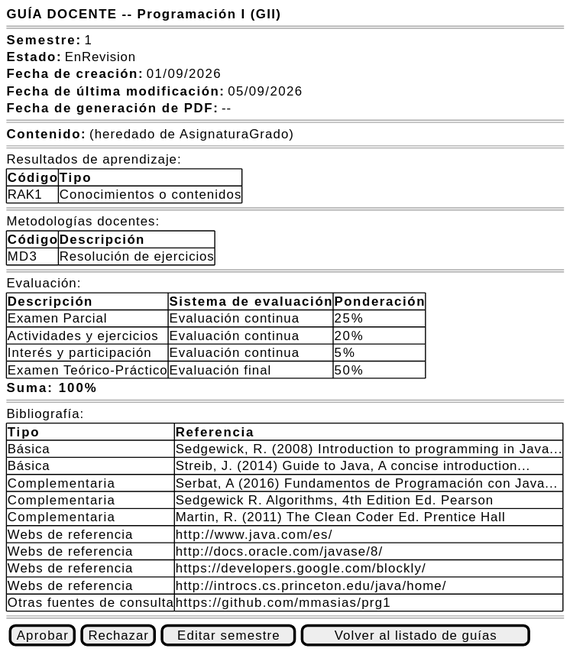
Earlier version of the PlantUML export images/RUP/01-requisitos/03-detalle-casos-uso/abrirGuia/wireframe-revision.svg (mmasias/pyCeldaPublico).
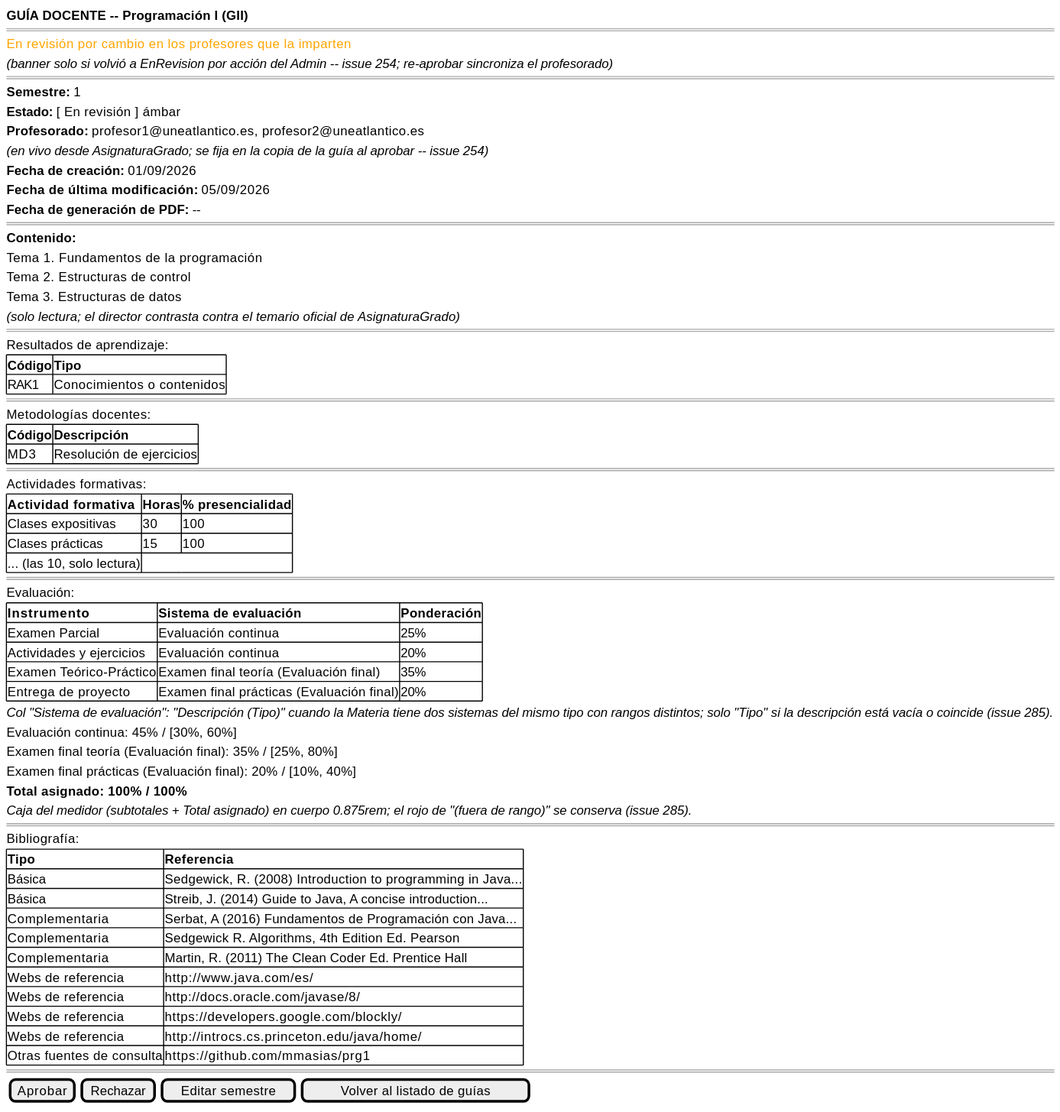
The same file after the commit.

What changed in the source:
```diff
@@ -2,13 +2,22 @@
 {
     <b>GUÍA DOCENTE -- Programación I (GII)</b>
     ====
+    <color:orange>En revisión por cambio en los profesores que la imparten</color>
+    <i>(banner solo si volvió a EnRevision por acción del Admin -- issue 254; re-aprobar sincroniza el profesorado)</i>
+    ====
     <b>Semestre:</b> 1
-    <b>Estado:</b> EnRevision
+    <b>Estado:</b> [ En revisión ] ámbar
+    <b>Profesorado:</b> profesor1@uneatlantico.es, profesor2@uneatlantico.es
+    <i>(en vivo desde AsignaturaGrado; se fija en la copia de la guía al aprobar -- issue 254)</i>
     <b>Fecha de creación:</b> 01/09/2026
     <b>Fecha de última modificación:</b> 05/09/2026
     <b>Fecha de generación de PDF:</b> --
     ====
-    <b>Contenido:</b> (heredado de AsignaturaGrado)
+    <b>Contenido:</b>
+    Tema 1. Fundamentos de la programación
+    Tema 2. Estructuras de control
+    Tema 3. Estructuras de datos
+    <i>(solo lectura; el director contrasta contra el temario oficial de AsignaturaGrado)</i>
     ====
     Resultados de aprendizaje:
     {#
@@ -22,15 +31,28 @@
         MD3 | Resolución de ejercicios
     }
     ====
+    Actividades formativas:
+    {#
+        <b>Actividad formativa | <b>Horas | <b>% presencialidad
+        Clases expositivas | 30 | 100
+        Clases prácticas | 15 | 100
+        ... (las 10, solo lectura) | |
+    }
+    ====
     Evaluación:
     {#
-        <b>Descripción | <b>Sistema de evaluación | <b>Ponderación
+        <b>Instrumento | <b>Sistema de evaluación | <b>Ponderación
         Examen Parcial | Evaluación continua | 25%
         Actividades y ejercicios | Evaluación continua | 20%
-        Interés y participación | Evaluación continua | 5%
-        Examen Teórico-Práctico | Evaluación final | 50%
+        Examen Teórico-Práctico | Examen final teoría (Evaluación final) | 35%
+        Entrega de proyecto | Examen final prácticas (Evaluación final) | 20%
     }
-    <b>Suma: 100%</b>
+    <i>Col "Sistema de evaluación": "Descripción (Tipo)" cuando la Materia tiene dos sistemas del mismo tipo con rangos distintos; solo "Tipo" si la descripción está vacía o coincide (issue 285).</i>
+    Evaluación continua: 45% / [30%, 60%]
+    Examen final teoría (Evaluación final): 35% / [25%, 80%]
+    Examen final prácticas (Evaluación final): 20% / [10%, 40%]
+    <b>Total asignado: 100% / 100%</b>
+    <i>Caja del medidor (subtotales + Total asignado) en cuerpo 0.875rem; el rojo de "(fuera de rango)" se conserva (issue 285).</i>
     ====
     Bibliografía:
     {#
```
